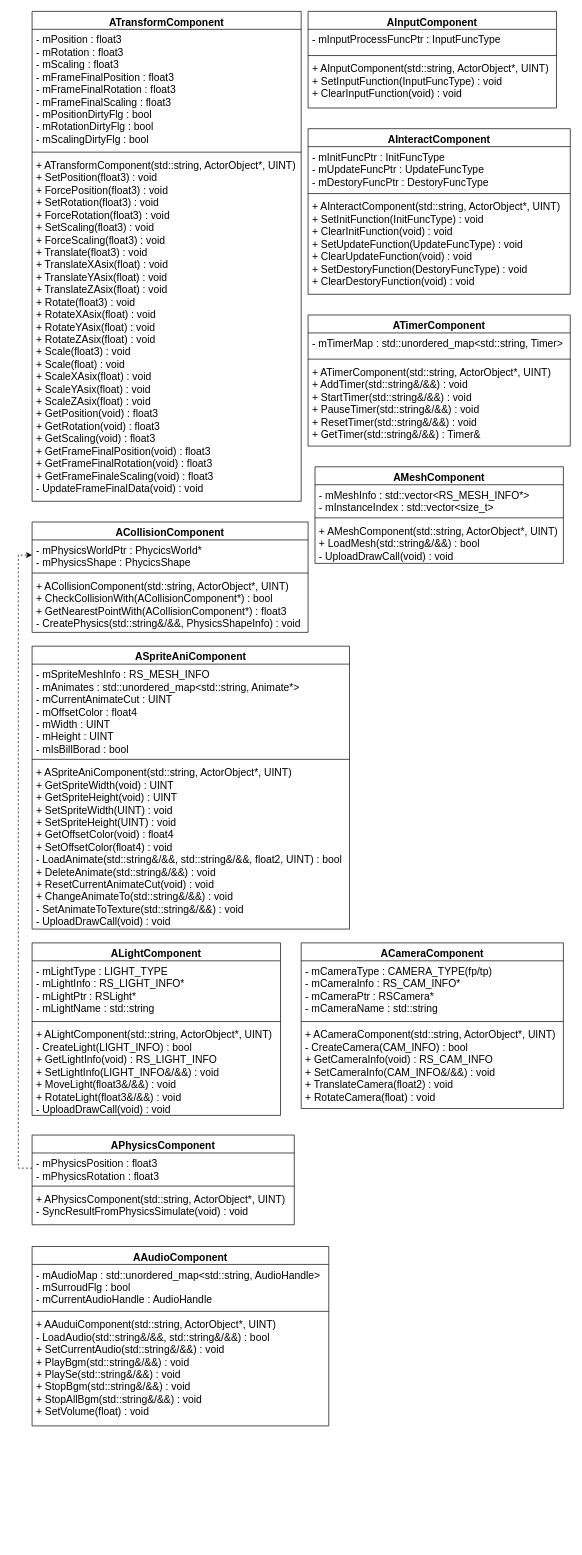
Before: page "AComponent" (8 of 9) of HycFrame3D.drawio in HIBICUS-CAI/HycFrame3D, a draw.io diagram. Source tidied: cells renumbered, new cells numbered last; positions are measured from the earlier drawing's top-left corner, leaving out a move shared by most shapes. Both pictures are drawn from the tidied source at 69%, with x=0, y=0 at pixel (32, 11).
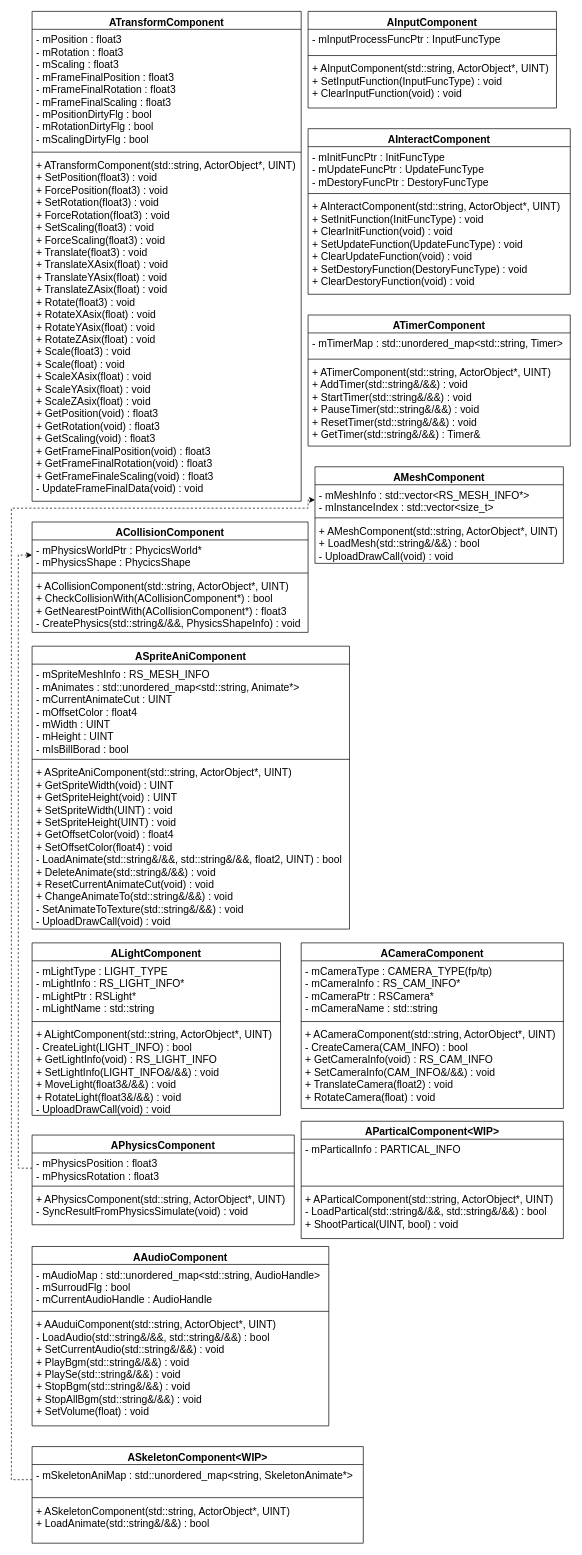
The same page after the edit.

Commit message (it also covers changes not shown here):
add partical and skeleton component

Unchanged cells that the change refers to:
```xml
<mxCell id="27" value="- mMeshInfo : std::vector&lt;RS_MESH_INFO*&gt;&#10;- mInstanceIndex : std::vector&lt;size_t&gt;" style="text;strokeColor=none;fillColor=none;align=left;verticalAlign=top;spacingLeft=4;spacingRight=4;overflow=hidden;points=[[0,0.5],[1,0.5]];portConstraint=eastwest;fontSize=15;" parent="26" vertex="1">
  <mxGeometry y="26" width="360" height="44" as="geometry" />
</mxCell>
```

What changed in the source:
```diff
@@
+    <mxCell id="47" value="ASkeletonComponent&lt;WIP&gt;" style="swimlane;fontStyle=1;align=center;verticalAlign=top;horizontal=1;startSize=26;fontSize=15;" parent="1" vertex="1">
+      <mxGeometry y="2080" width="480" height="140" as="geometry" />
+    </mxCell>
+    <mxCell id="48" value="- mSkeletonAniMap : std::unordered_map&lt;string, SkeletonAnimate*&gt;" style="text;strokeColor=none;fillColor=none;align=left;verticalAlign=top;spacingLeft=4;spacingRight=4;overflow=hidden;points=[[0,0.5],[1,0.5]];portConstraint=eastwest;fontSize=15;" parent="47" vertex="1">
+      <mxGeometry y="26" width="480" height="44" as="geometry" />
+    </mxCell>
+    <mxCell id="49" style="line;strokeWidth=1;fillColor=none;align=left;verticalAlign=middle;spacingTop=-1;spacingLeft=3;spacingRight=3;labelPosition=right;" parent="47" vertex="1">
+      <mxGeometry y="70" width="480" height="8" as="geometry" />
+    </mxCell>
+    <mxCell id="50" value="+ ASkeletonComponent(std::string, ActorObject*, UINT)&#10;+ LoadAnimate(std::string&amp;/&amp;&amp;) : bool" style="text;strokeColor=none;fillColor=none;align=left;verticalAlign=top;spacingLeft=4;spacingRight=4;overflow=hidden;fontSize=15;" parent="47" vertex="1">
+      <mxGeometry y="78" width="480" height="62" as="geometry" />
+    </mxCell>
+    <mxCell id="51" style="edgeStyle=orthogonalEdgeStyle;rounded=0;jettySize=auto;html=1;exitX=0;exitY=0.5;exitDx=0;exitDy=0;entryX=0;entryY=0.5;entryDx=0;entryDy=0;dashed=1;" parent="1" edge="1" source="48" target="27">
+      <mxGeometry relative="1" as="geometry">
+        <Array as="points">
+          <mxPoint x="-30" y="2128" />
+          <mxPoint x="-30" y="720" />
+          <mxPoint x="400" y="720" />
+          <mxPoint x="400" y="708" />
+        </Array>
+      </mxGeometry>
+    </mxCell>
+    <mxCell id="52" value="AParticalComponent&lt;WIP&gt;" style="swimlane;fontStyle=1;align=center;verticalAlign=top;horizontal=1;startSize=26;fontSize=15;" parent="1" vertex="1">
+      <mxGeometry x="390" y="1608.5" width="380" height="170" as="geometry" />
+    </mxCell>
+    <mxCell id="53" value="- mParticalInfo : PARTICAL_INFO" style="text;strokeColor=none;fillColor=none;align=left;verticalAlign=top;spacingLeft=4;spacingRight=4;overflow=hidden;fontSize=15;" parent="52" vertex="1">
+      <mxGeometry y="26" width="380" height="64" as="geometry" />
+    </mxCell>
+    <mxCell id="54" style="line;strokeWidth=1;fillColor=none;align=left;verticalAlign=middle;spacingTop=-1;spacingLeft=3;spacingRight=3;labelPosition=right;" parent="52" vertex="1">
+      <mxGeometry y="90" width="380" height="8" as="geometry" />
+    </mxCell>
+    <mxCell id="55" value="+ AParticalComponent(std::string, ActorObject*, UINT)&#10;- LoadPartical(std::string&amp;/&amp;&amp;, std::string&amp;/&amp;&amp;) : bool&#10;+ ShootPartical(UINT, bool) : void" style="text;strokeColor=none;fillColor=none;align=left;verticalAlign=top;spacingLeft=4;spacingRight=4;overflow=hidden;fontSize=15;" parent="52" vertex="1">
+      <mxGeometry y="98" width="380" height="72" as="geometry" />
+    </mxCell>
```
